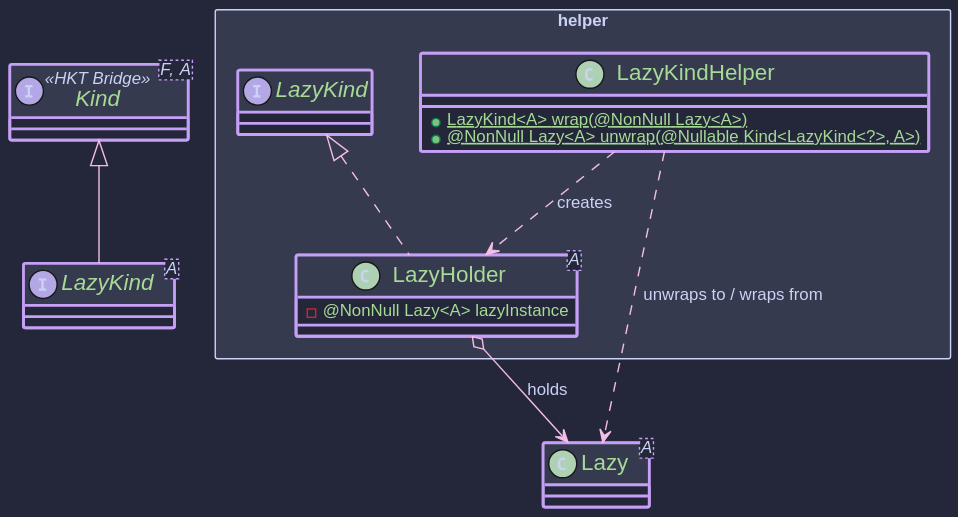
Earlier version of the PlantUML export hkj-book/src/images/puml/lazy_kind.svg (higher-kinded-j/higher-kinded-j).
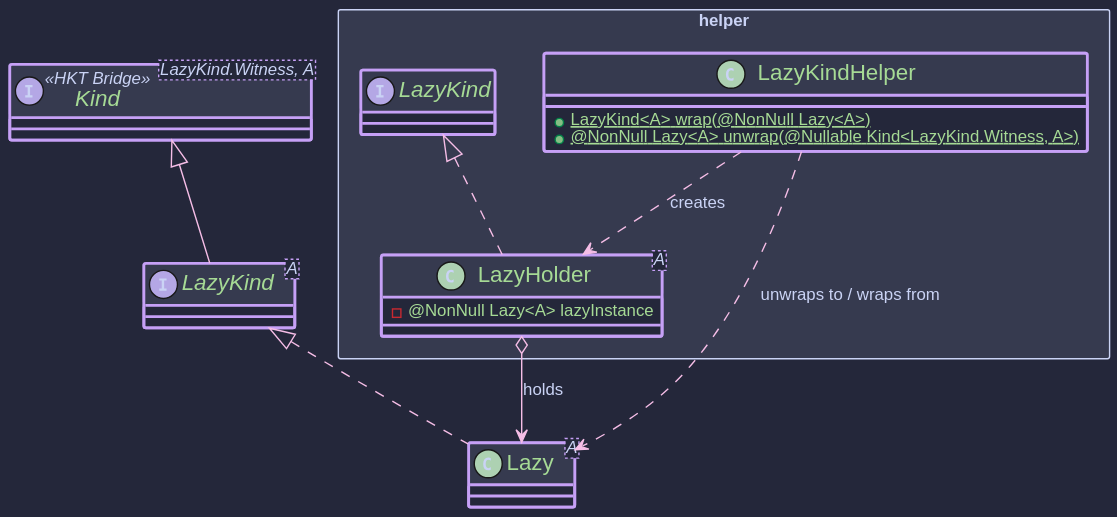
Above is the later version.

Diff of the diagram source:
```diff
@@ -1,17 +1,17 @@
 @startuml
 !include https://raw.githubusercontent.com/ncosta-ic/catppuccin-macchiato-plantuml-theme/main/theme.puml
-interface Kind<F, A> <<HKT Bridge>>
+interface Kind<LazyKind.Witness, A> <<HKT Bridge>>
 
-interface LazyKind<A> extends Kind<LazyKind<?>, A> {
+interface LazyKind<A> extends Kind<LazyKind.Witness, A> {
 }
 
-class Lazy<A> {
+class Lazy<A> implements LazyKind<A>{
 }
 
 package helper <<Rectangle>> {
   class LazyKindHelper {
     + {static} LazyKind<A> wrap(@NonNull Lazy<A>)
-    + {static} @NonNull Lazy<A> unwrap(@Nullable Kind<LazyKind<?>, A>)
+    + {static} @NonNull Lazy<A> unwrap(@Nullable Kind<LazyKind.Witness, A>)
   }
 
   class LazyHolder<A> implements LazyKind<A> {
```
